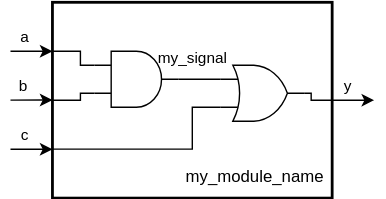
Before: Labs/01. Comb Logic/pic/module_example_5.drawio.svg, a diagram exported from draw.io (Konf/PCU-SV-new). Source tidied: cells renumbered, new cells last; positions are measured from the earlier drawing's top-left corner, leaving out a move shared by most shapes.
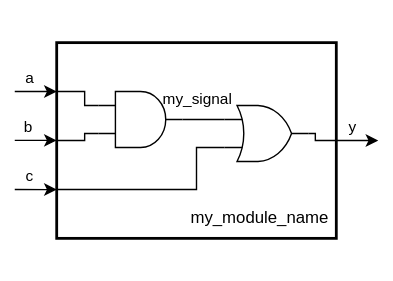
After the commit.

Change to the diagram source:
```diff
@@ -2,64 +2,64 @@
   <root>
     <mxCell id="0" />
     <mxCell id="1" parent="0" />
+    <mxCell id="20" style="rounded=0;whiteSpace=wrap;html=1;strokeColor=#FFFFFF;fillColor=#FFFFFF;" parent="1" vertex="1">
+      <mxGeometry x="-10" y="-30" width="280" height="200" as="geometry" />
+    </mxCell>
-    <mxCell id="2" style="rounded=0;whiteSpace=wrap;html=1;strokeWidth=2;" parent="1" vertex="1">
+    <mxCell id="2" style="rounded=0;whiteSpace=wrap;html=1;strokeWidth=2;strokeColor=#000000;fillColor=#FFFFFF;" parent="1" vertex="1">
       <mxGeometry x="30" width="200" height="140" as="geometry" />
     </mxCell>
-    <mxCell id="3" style="edgeStyle=orthogonalEdgeStyle;rounded=0;orthogonalLoop=1;jettySize=auto;html=1;exitX=0;exitY=0.5;exitDx=0;exitDy=0;entryX=0;entryY=0.5;entryDx=0;entryDy=0;" parent="1" edge="1">
+    <mxCell id="3" style="edgeStyle=orthogonalEdgeStyle;rounded=0;orthogonalLoop=1;jettySize=auto;html=1;exitX=0;exitY=0.5;exitDx=0;exitDy=0;entryX=0;entryY=0.5;entryDx=0;entryDy=0;strokeColor=#000000;" parent="1" edge="1">
       <mxGeometry relative="1" as="geometry">
         <mxPoint y="69.9" as="sourcePoint" />
         <mxPoint x="30" y="70.1" as="targetPoint" />
       </mxGeometry>
     </mxCell>
-    <mxCell id="4" value="b" style="edgeLabel;html=1;align=center;verticalAlign=middle;" parent="3" vertex="1">
+    <mxCell id="4" value="b" style="edgeLabel;html=1;align=center;verticalAlign=middle;labelBackgroundColor=none;fontColor=#000000;" parent="3" vertex="1">
       <mxGeometry x="-0.4" relative="1" as="geometry">
         <mxPoint y="-10" as="offset" />
       </mxGeometry>
     </mxCell>
-    <mxCell id="5" style="edgeStyle=orthogonalEdgeStyle;rounded=0;jettySize=auto;html=1;exitX=0;exitY=0.75;exitDx=0;exitDy=0;entryX=0;entryY=0.75;entryDx=0;entryDy=0;" parent="1" edge="1" target="2">
+    <mxCell id="5" style="edgeStyle=orthogonalEdgeStyle;rounded=0;jettySize=auto;html=1;exitX=0;exitY=0.75;exitDx=0;exitDy=0;entryX=0;entryY=0.75;entryDx=0;entryDy=0;strokeColor=#000000;" parent="1" edge="1" target="2">
       <mxGeometry relative="1" as="geometry">
         <mxPoint y="105.1" as="sourcePoint" />
       </mxGeometry>
     </mxCell>
-    <mxCell id="6" value="c" style="edgeLabel;html=1;align=center;verticalAlign=middle;" parent="5" vertex="1">
+    <mxCell id="6" value="c" style="edgeLabel;html=1;align=center;verticalAlign=middle;labelBackgroundColor=none;fontColor=#000000;" parent="5" vertex="1">
       <mxGeometry x="-0.3" relative="1" as="geometry">
         <mxPoint x="-1" y="-10" as="offset" />
       </mxGeometry>
     </mxCell>
-    <mxCell id="7" style="edgeStyle=orthogonalEdgeStyle;rounded=0;jettySize=auto;html=1;exitX=1;exitY=0.5;exitDx=0;exitDy=0;" parent="1" edge="1" source="2">
+    <mxCell id="7" style="edgeStyle=orthogonalEdgeStyle;rounded=0;jettySize=auto;html=1;exitX=1;exitY=0.5;exitDx=0;exitDy=0;strokeColor=#000000;" parent="1" edge="1" source="2">
       <mxGeometry relative="1" as="geometry">
         <mxPoint x="260" y="69.9" as="targetPoint" />
       </mxGeometry>
     </mxCell>
-    <mxCell id="8" value="y" style="edgeLabel;html=1;align=center;verticalAlign=middle;" parent="7" vertex="1">
+    <mxCell id="8" value="y" style="edgeLabel;html=1;align=center;verticalAlign=middle;labelBackgroundColor=none;fontColor=#000000;" parent="7" vertex="1">
       <mxGeometry x="-0.26" relative="1" as="geometry">
         <mxPoint y="-10" as="offset" />
       </mxGeometry>
     </mxCell>
-    <mxCell id="9" value="my_module_name" style="text;html=1;strokeColor=none;fillColor=none;align=center;verticalAlign=middle;whiteSpace=wrap;rounded=0;" parent="1" vertex="1">
-      <mxGeometry x="120" y="110" width="110" height="30" as="geometry" />
-    </mxCell>
-    <mxCell id="10" style="endArrow=classic;html=1;rounded=0;entryX=0;entryY=0.25;entryDx=0;entryDy=0;" parent="1" edge="1" target="2">
+    <mxCell id="10" style="endArrow=classic;html=1;rounded=0;entryX=0;entryY=0.25;entryDx=0;entryDy=0;strokeColor=#000000;" parent="1" edge="1" target="2">
       <mxGeometry relative="1" as="geometry">
         <mxPoint y="35" as="sourcePoint" />
       </mxGeometry>
     </mxCell>
-    <mxCell id="11" value="a" style="edgeLabel;html=1;align=center;verticalAlign=middle;" parent="10" vertex="1">
+    <mxCell id="11" value="a" style="edgeLabel;html=1;align=center;verticalAlign=middle;labelBackgroundColor=none;fontColor=#000000;" parent="10" vertex="1">
       <mxGeometry x="-0.4" y="-1" relative="1" as="geometry">
         <mxPoint x="1" y="-11" as="offset" />
       </mxGeometry>
     </mxCell>
-    <mxCell id="12" style="endArrow=none;html=1;rounded=0;exitX=1;exitY=0.5;exitDx=0;exitDy=0;exitPerimeter=0;" parent="1" edge="1" source="16">
+    <mxCell id="12" style="endArrow=none;html=1;rounded=0;exitX=1;exitY=0.5;exitDx=0;exitDy=0;exitPerimeter=0;strokeColor=#000000;" parent="1" edge="1" source="16">
       <mxGeometry relative="1" as="geometry">
         <mxPoint x="150" y="55" as="targetPoint" />
       </mxGeometry>
     </mxCell>
-    <mxCell id="13" value="my_signal" style="edgeLabel;html=1;align=center;verticalAlign=middle;" parent="12" vertex="1">
+    <mxCell id="13" value="my_signal" style="edgeLabel;html=1;align=center;verticalAlign=middle;fontColor=#000000;labelBackgroundColor=none;" parent="12" vertex="1">
       <mxGeometry x="-0.47" relative="1" as="geometry">
         <mxPoint x="2" y="-15" as="offset" />
       </mxGeometry>
     </mxCell>
-    <mxCell id="14" style="edgeStyle=orthogonalEdgeStyle;rounded=0;jettySize=auto;html=1;exitX=0;exitY=0.25;exitDx=0;exitDy=0;exitPerimeter=0;entryX=0;entryY=0.25;entryDx=0;entryDy=0;endArrow=none;endFill=0;" parent="1" edge="1" source="16" target="2">
+    <mxCell id="14" style="edgeStyle=orthogonalEdgeStyle;rounded=0;jettySize=auto;html=1;exitX=0;exitY=0.25;exitDx=0;exitDy=0;exitPerimeter=0;entryX=0;entryY=0.25;entryDx=0;entryDy=0;endArrow=none;endFill=0;strokeColor=#000000;" parent="1" edge="1" source="16" target="2">
       <mxGeometry relative="1" as="geometry">
         <Array as="points">
           <mxPoint x="50" y="45" />
@@ -67,7 +67,7 @@
         </Array>
       </mxGeometry>
     </mxCell>
-    <mxCell id="15" style="edgeStyle=orthogonalEdgeStyle;rounded=0;jettySize=auto;html=1;exitX=0;exitY=0.75;exitDx=0;exitDy=0;exitPerimeter=0;entryX=0;entryY=0.5;entryDx=0;entryDy=0;endArrow=none;endFill=0;" parent="1" edge="1" source="16" target="2">
+    <mxCell id="15" style="edgeStyle=orthogonalEdgeStyle;rounded=0;jettySize=auto;html=1;exitX=0;exitY=0.75;exitDx=0;exitDy=0;exitPerimeter=0;entryX=0;entryY=0.5;entryDx=0;entryDy=0;endArrow=none;endFill=0;strokeColor=#000000;" parent="1" edge="1" source="16" target="2">
       <mxGeometry relative="1" as="geometry">
         <Array as="points">
           <mxPoint x="50" y="65" />
@@ -75,10 +75,7 @@
         </Array>
       </mxGeometry>
     </mxCell>
-    <mxCell id="16" style="verticalLabelPosition=bottom;shadow=0;dashed=0;align=center;html=1;verticalAlign=top;shape=mxgraph.electrical.logic_gates.logic_gate;operation=and;" parent="1" vertex="1">
-      <mxGeometry x="60" y="35" width="60" height="40" as="geometry" />
-    </mxCell>
-    <mxCell id="17" style="edgeStyle=orthogonalEdgeStyle;rounded=0;jettySize=auto;html=1;exitX=0;exitY=0.75;exitDx=0;exitDy=0;exitPerimeter=0;entryX=0;entryY=0.75;entryDx=0;entryDy=0;endArrow=none;endFill=0;" parent="1" edge="1" source="19" target="2">
+    <mxCell id="17" style="edgeStyle=orthogonalEdgeStyle;rounded=0;jettySize=auto;html=1;exitX=0;exitY=0.75;exitDx=0;exitDy=0;exitPerimeter=0;entryX=0;entryY=0.75;entryDx=0;entryDy=0;endArrow=none;endFill=0;strokeColor=#000000;" parent="1" edge="1" source="19" target="2">
       <mxGeometry relative="1" as="geometry">
         <Array as="points">
           <mxPoint x="130" y="75" />
@@ -86,7 +83,7 @@
         </Array>
       </mxGeometry>
     </mxCell>
-    <mxCell id="18" style="edgeStyle=orthogonalEdgeStyle;rounded=0;jettySize=auto;html=1;exitX=1;exitY=0.5;exitDx=0;exitDy=0;exitPerimeter=0;entryX=1;entryY=0.5;entryDx=0;entryDy=0;endArrow=none;endFill=0;" parent="1" edge="1" source="19" target="2">
+    <mxCell id="18" style="edgeStyle=orthogonalEdgeStyle;rounded=0;jettySize=auto;html=1;exitX=1;exitY=0.5;exitDx=0;exitDy=0;exitPerimeter=0;entryX=1;entryY=0.5;entryDx=0;entryDy=0;endArrow=none;endFill=0;strokeColor=#000000;" parent="1" edge="1" source="19" target="2">
       <mxGeometry relative="1" as="geometry">
         <Array as="points">
           <mxPoint x="215" y="65" />
@@ -94,7 +91,13 @@
         </Array>
       </mxGeometry>
     </mxCell>
+    <mxCell id="9" value="my_module_name" style="text;html=1;strokeColor=none;fillColor=none;align=center;verticalAlign=middle;whiteSpace=wrap;rounded=0;fontColor=#000000;" parent="1" vertex="1">
+      <mxGeometry x="120" y="110" width="110" height="30" as="geometry" />
+    </mxCell>
+    <mxCell id="16" style="verticalLabelPosition=bottom;shadow=0;dashed=0;align=center;html=1;verticalAlign=top;shape=mxgraph.electrical.logic_gates.logic_gate;operation=and;strokeColor=#000000;fillColor=#FFFFFF;" parent="1" vertex="1">
+      <mxGeometry x="60" y="35" width="60" height="40" as="geometry" />
+    </mxCell>
-    <mxCell id="19" style="verticalLabelPosition=bottom;shadow=0;dashed=0;align=center;html=1;verticalAlign=top;shape=mxgraph.electrical.logic_gates.logic_gate;operation=or;" parent="1" vertex="1">
+    <mxCell id="19" style="verticalLabelPosition=bottom;shadow=0;dashed=0;align=center;html=1;verticalAlign=top;shape=mxgraph.electrical.logic_gates.logic_gate;operation=or;strokeColor=#000000;fillColor=#FFFFFF;" parent="1" vertex="1">
       <mxGeometry x="150" y="45" width="60" height="40" as="geometry" />
     </mxCell>
   </root>
```
